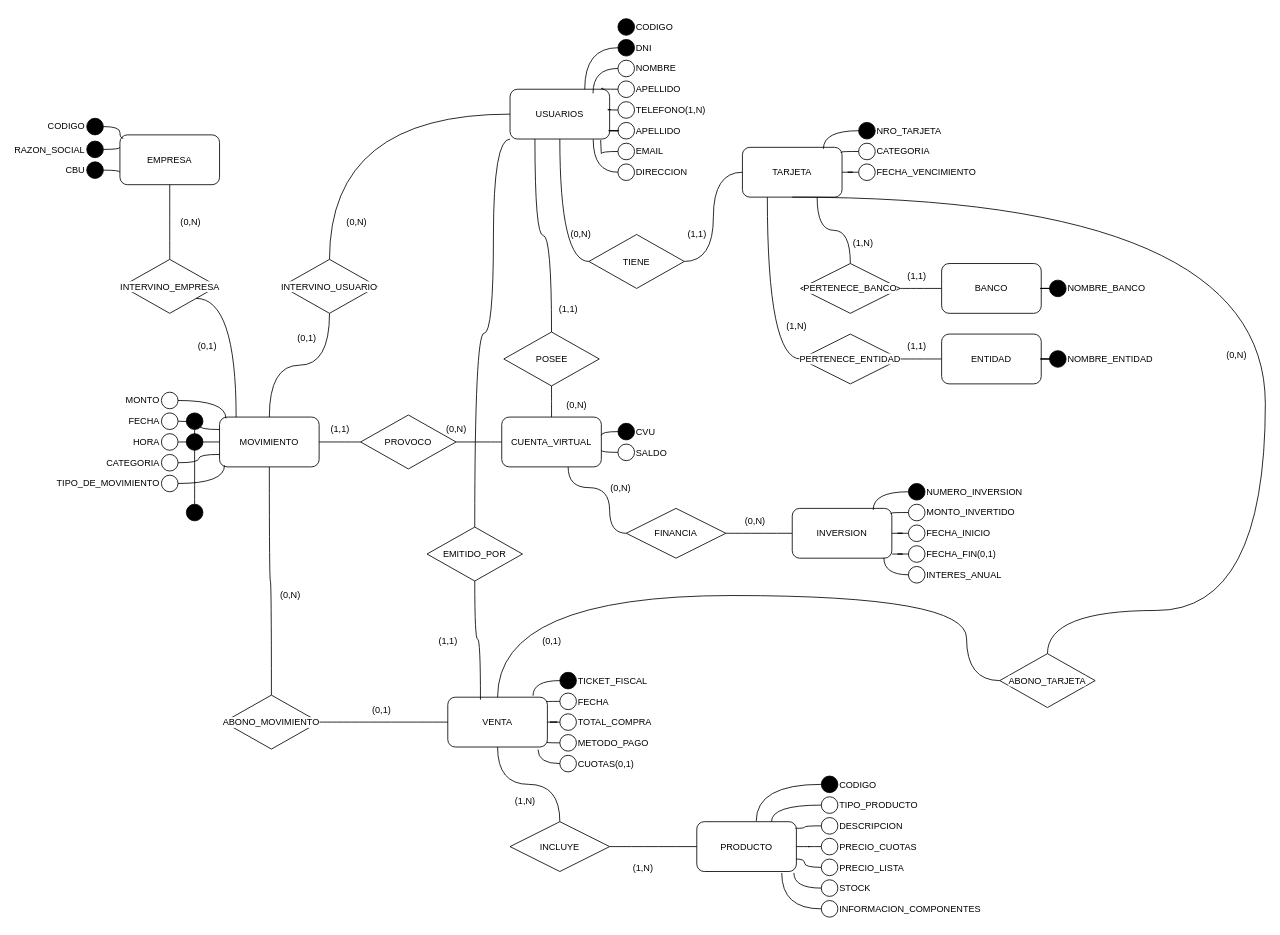
Earlier version of the draw.io diagram Practica_2 /Modelado_13.drawio (imnotsetro/DBD). Source tidied: cells renumbered, new cells numbered last; positions are measured from the earlier drawing's top-left corner, leaving out a move shared by most shapes. Both pictures are drawn from the tidied source at 83%, with x=0, y=0 at pixel (37, 14).
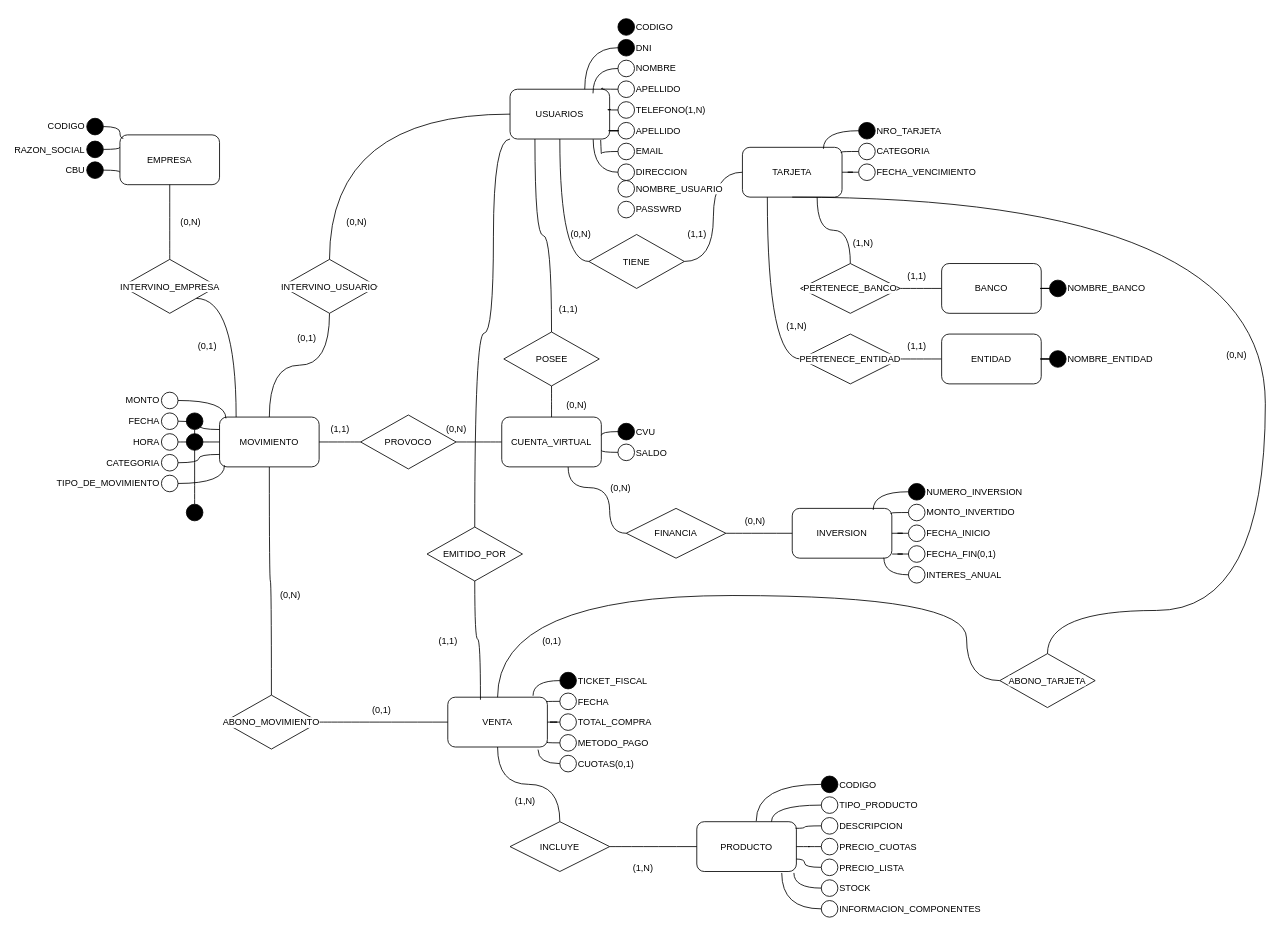
The same diagram, later.

The edit, as a diff of the source:
```diff
@@
+    <mxCell id="194" style="ellipse;whiteSpace=wrap;html=1;fontFamily=Helvetica;fontSize=11;fontColor=default;labelBackgroundColor=default;" parent="1" vertex="1">
+      <mxGeometry x="700" y="200" width="20" height="20" as="geometry" />
+    </mxCell>
+    <mxCell id="195" value="NOMBRE_USUARIO" style="text;html=1;align=left;verticalAlign=middle;whiteSpace=wrap;rounded=0;fontFamily=Helvetica;fontSize=11;fontColor=default;labelBackgroundColor=default;" parent="1" vertex="1">
+      <mxGeometry x="720" y="195" width="60" height="30" as="geometry" />
+    </mxCell>
+    <mxCell id="196" style="ellipse;whiteSpace=wrap;html=1;fontFamily=Helvetica;fontSize=11;fontColor=default;labelBackgroundColor=default;" parent="1" vertex="1">
+      <mxGeometry x="700" y="225" width="20" height="20" as="geometry" />
+    </mxCell>
+    <mxCell id="197" value="PASSWRD" style="text;html=1;align=left;verticalAlign=middle;whiteSpace=wrap;rounded=0;fontFamily=Helvetica;fontSize=11;fontColor=default;labelBackgroundColor=default;" parent="1" vertex="1">
+      <mxGeometry x="720" y="220" width="60" height="30" as="geometry" />
+    </mxCell>
```
